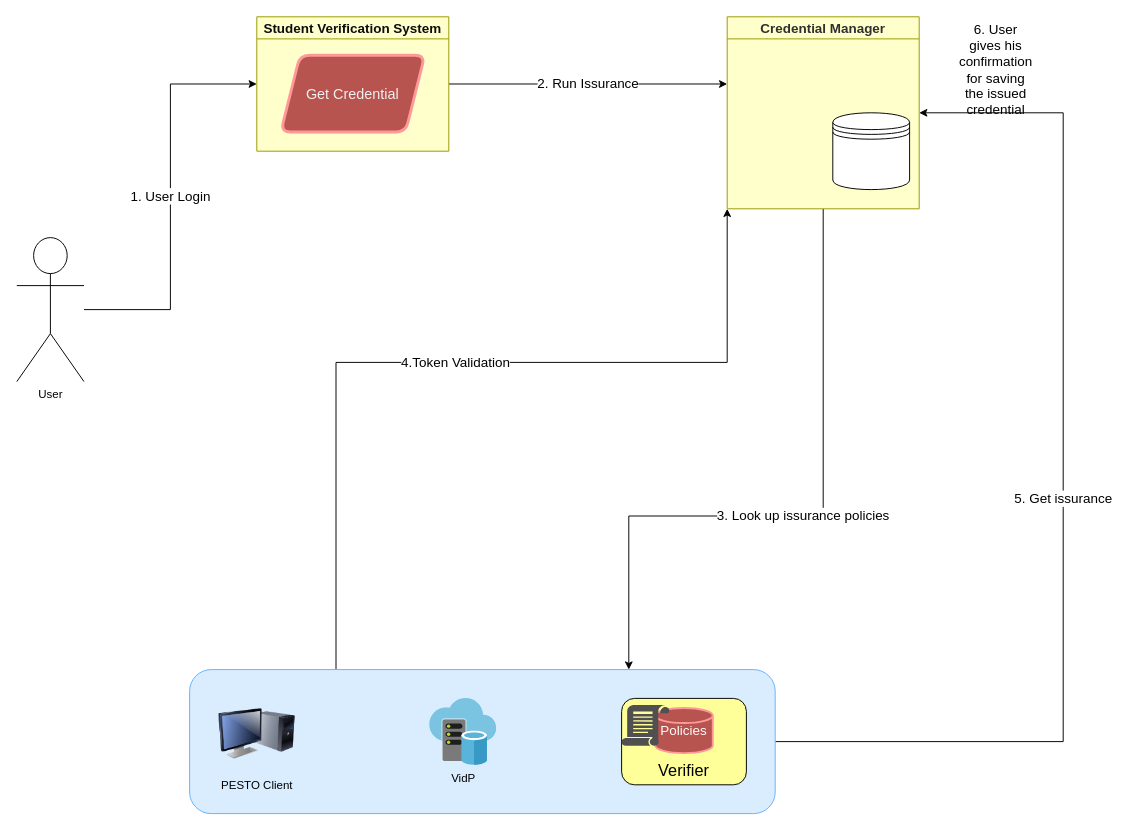
Before: diagramma.drawio in NikosSarrisDev/ESP32_TEMPERATURE_HIMIDITY, a draw.io diagram. Source tidied: cells renumbered, new cells numbered last; positions are measured from the earlier drawing's top-left corner, leaving out a move shared by most shapes. Both pictures are drawn from the tidied source at 96%, with x=0, y=0 at pixel (16, 16).
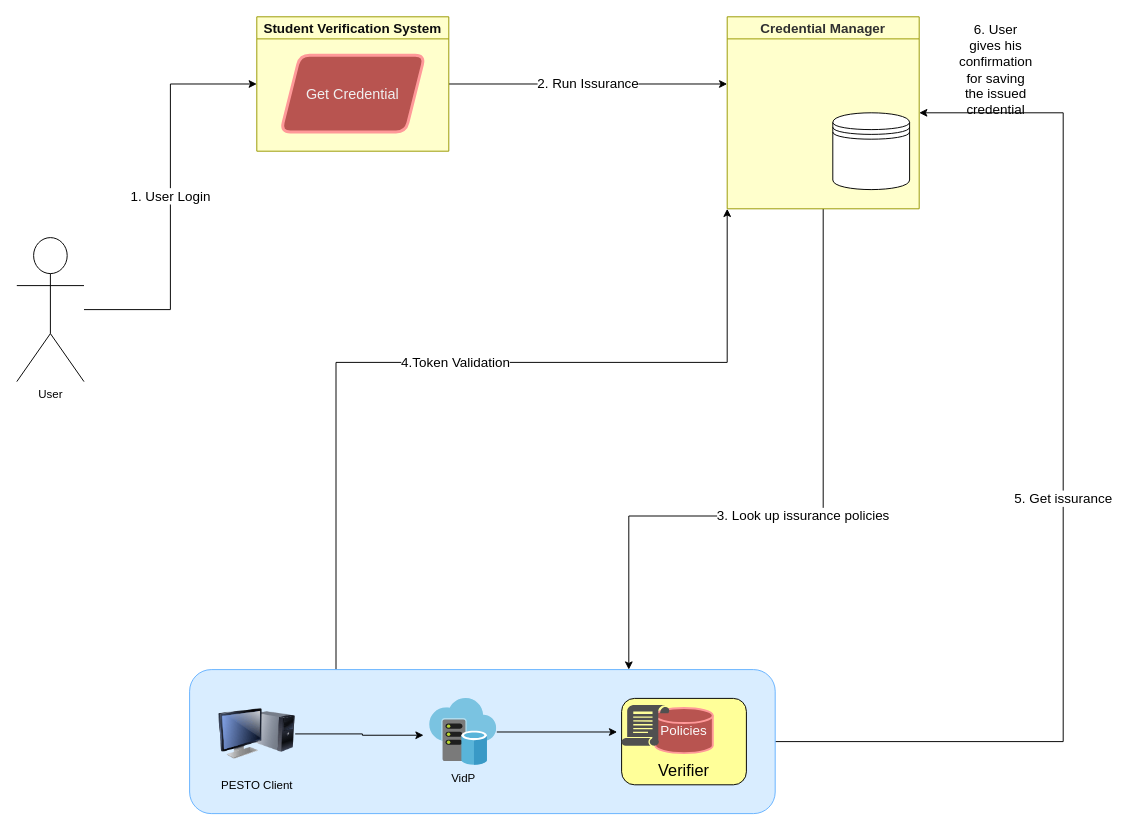
Above is the later version.

Unchanged cells that the change refers to:
```xml
<mxCell id="10" value="PESTO Client" style="image;html=1;image=img/lib/clip_art/computers/Monitor_Tower_128x128.png;labelBackgroundColor=none;" parent="1" vertex="1">
  <mxGeometry x="210" y="707" width="80" height="80" as="geometry" />
</mxCell>
<mxCell id="11" value="VidP" style="image;sketch=0;html=1;points=[];align=center;fontSize=12;image=img/lib/mscae/Virtual_Datacenter.svg;labelBackgroundColor=none;" parent="1" vertex="1">
  <mxGeometry x="430" y="710" width="70" height="70" as="geometry" />
</mxCell>
<mxCell id="18" style="sketch=0;shadow=0;dashed=0;html=1;strokeColor=none;labelPosition=center;verticalLabelPosition=bottom;verticalAlign=top;align=center;fillColor=#505050;shape=mxgraph.mscae.intune.policy;" parent="1" vertex="1">
  <mxGeometry x="630" y="717" width="50" height="43" as="geometry" />
</mxCell>
```

What changed in the source:
```diff
@@
+    <mxCell id="19" style="edgeStyle=orthogonalEdgeStyle;rounded=0;jettySize=auto;html=1;entryX=-0.09;entryY=0.548;entryDx=0;entryDy=0;entryPerimeter=0;" parent="1" edge="1" source="10" target="11">
+      <mxGeometry relative="1" as="geometry" />
+    </mxCell>
+    <mxCell id="20" style="edgeStyle=orthogonalEdgeStyle;rounded=0;jettySize=auto;html=1;entryX=-0.093;entryY=0.651;entryDx=0;entryDy=0;entryPerimeter=0;" parent="1" edge="1" source="11" target="18">
+      <mxGeometry relative="1" as="geometry" />
+    </mxCell>
```
